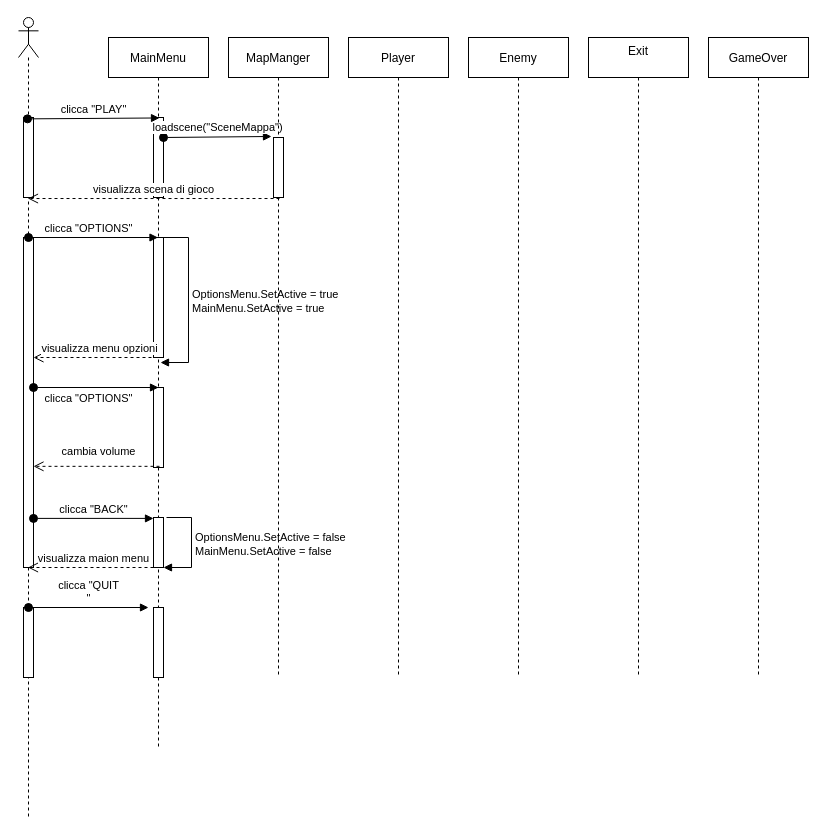
This is Untitled Diagram.drawio from Francesco7760/UNITY_PROJECT_EXAM, a draw.io file, before an edit. Source tidied: cells renumbered, new cells numbered last; positions are measured from the earlier drawing's top-left corner, leaving out a move shared by most shapes. Both pictures are drawn from the tidied source at 100%, with x=0, y=0 at pixel (18, 17).
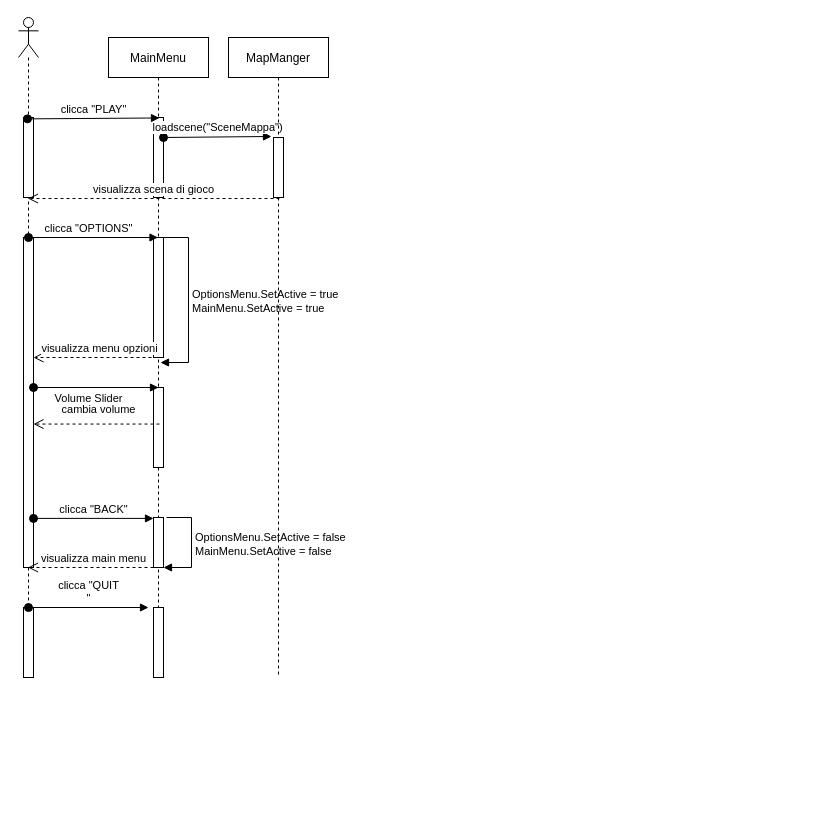
The same diagram, later.

Unchanged cells that the change refers to:
```xml
<mxCell id="7" style="points=[];perimeter=orthogonalPerimeter;rounded=0;shadow=0;strokeWidth=1;" parent="2" vertex="1">
  <mxGeometry x="45" y="350" width="10" height="80" as="geometry" />
</mxCell>
<mxCell id="8" style="points=[];perimeter=orthogonalPerimeter;rounded=0;shadow=0;strokeWidth=1;" parent="2" vertex="1">
  <mxGeometry x="45" y="480" width="10" height="50" as="geometry" />
</mxCell>
```

The edit, as a diff of the source:
```diff
@@
     <mxCell id="2" value="MainMenu" style="shape=umlLifeline;perimeter=lifelinePerimeter;rounded=0;shadow=0;strokeWidth=1;" parent="1" vertex="1">
-      <mxGeometry x="90" y="20" width="100" height="710" as="geometry" />
+      <mxGeometry x="90" y="20" width="100" height="640" as="geometry" />
     </mxCell>
@@
-    <mxCell id="13" value="Player" style="shape=umlLifeline;perimeter=lifelinePerimeter;rounded=0;shadow=0;strokeWidth=1;" parent="1" vertex="1">
-      <mxGeometry x="330" y="20" width="100" height="640" as="geometry" />
-    </mxCell>
-    <mxCell id="14" value="Enemy" style="shape=umlLifeline;perimeter=lifelinePerimeter;rounded=0;shadow=0;strokeWidth=1;" parent="1" vertex="1">
-      <mxGeometry x="450" y="20" width="100" height="640" as="geometry" />
-    </mxCell>
     <mxCell id="15" style="shape=umlLifeline;participant=umlActor;perimeter=lifelinePerimeter;whiteSpace=wrap;html=1;verticalAlign=top;spacingTop=36;outlineConnect=0;" parent="1" vertex="1">
-      <mxGeometry width="20" height="800" as="geometry" />
+      <mxGeometry width="20" height="660" as="geometry" />
     </mxCell>
@@
-    <mxCell id="18" value="&lt;div&gt;clicca &quot;OPTIONS&quot;&lt;/div&gt;" style="html=1;verticalAlign=bottom;startArrow=oval;startFill=1;endArrow=block;startSize=8;rounded=0;exitX=0.5;exitY=0;exitDx=0;exitDy=0;exitPerimeter=0;entryX=0.5;entryY=0;entryDx=0;entryDy=0;entryPerimeter=0;" parent="15" edge="1" target="7">
+    <mxCell id="18" value="&lt;div&gt;Volume Slider&lt;/div&gt;" style="html=1;verticalAlign=bottom;startArrow=oval;startFill=1;endArrow=block;startSize=8;rounded=0;exitX=0.5;exitY=0;exitDx=0;exitDy=0;exitPerimeter=0;entryX=0.5;entryY=0;entryDx=0;entryDy=0;entryPerimeter=0;" parent="15" edge="1" target="7">
       <mxGeometry x="-0.12" y="-20" relative="1" as="geometry">
         <mxPoint x="15" y="370" as="sourcePoint" />
       </mxGeometry>
     </mxCell>
@@
-    <mxCell id="21" value="Exit&#10;" style="shape=umlLifeline;perimeter=lifelinePerimeter;rounded=0;shadow=0;strokeWidth=1;" parent="1" vertex="1">
-      <mxGeometry x="570" y="20" width="100" height="640" as="geometry" />
-    </mxCell>
-    <mxCell id="22" value="GameOver" style="shape=umlLifeline;perimeter=lifelinePerimeter;rounded=0;shadow=0;strokeWidth=1;" parent="1" vertex="1">
-      <mxGeometry x="690" y="20" width="100" height="640" as="geometry" />
-    </mxCell>
@@
-    <mxCell id="28" value="&lt;div&gt;visualizza maion menu&lt;/div&gt;" style="html=1;verticalAlign=bottom;endArrow=open;dashed=1;endSize=8;rounded=0;exitX=0.6;exitY=1;exitDx=0;exitDy=0;exitPerimeter=0;" parent="1" edge="1" source="8" target="15">
+    <mxCell id="28" value="&lt;div&gt;visualizza main menu&lt;/div&gt;" style="html=1;verticalAlign=bottom;endArrow=open;dashed=1;endSize=8;rounded=0;exitX=0.6;exitY=1;exitDx=0;exitDy=0;exitPerimeter=0;" parent="1" edge="1" source="8" target="15">
       <mxGeometry relative="1" as="geometry" />
     </mxCell>
```
